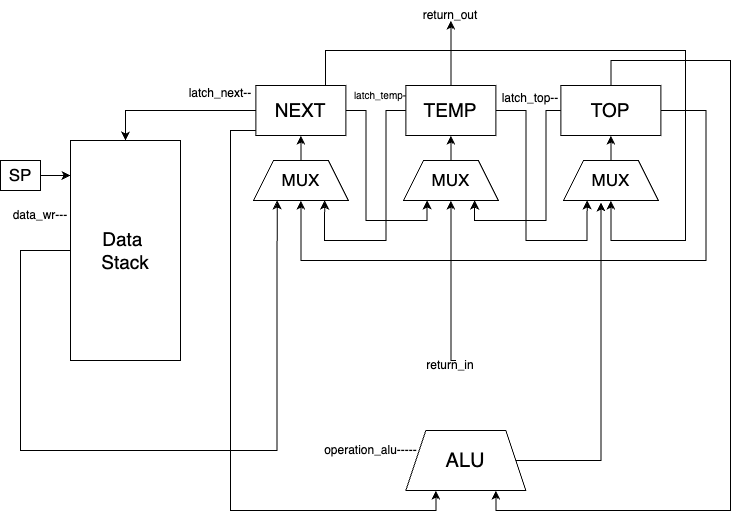
Earlier version of the draw.io export schemes/stack.png (dariayo/csa_3_lab). Source tidied: cells renumbered, new cells last; positions are measured from the earlier drawing's top-left corner, leaving out a move shared by most shapes.
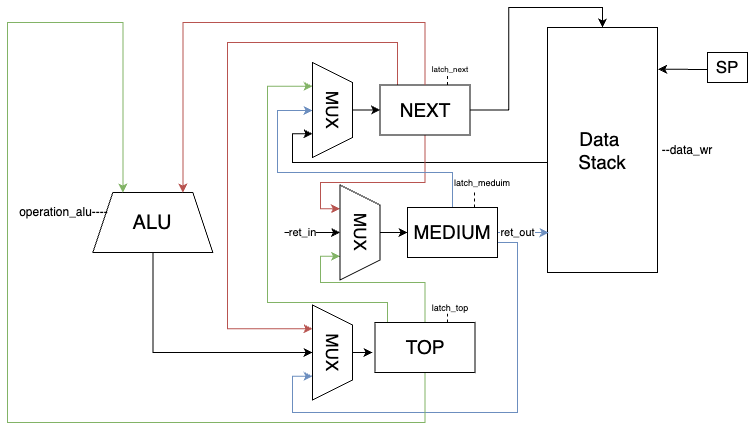
The same file after the commit.

The edit, as a diff of the source:
```diff
@@ -2,167 +2,192 @@
   <root>
     <mxCell id="0" />
     <mxCell id="1" parent="0" />
-    <mxCell id="2" style="edgeStyle=orthogonalEdgeStyle;rounded=0;jettySize=auto;html=1;entryX=0.25;entryY=1;entryDx=0;entryDy=0;" parent="1" edge="1" source="3" target="19">
+    <mxCell id="2" style="edgeStyle=orthogonalEdgeStyle;rounded=0;jettySize=auto;html=1;entryX=0.75;entryY=1;entryDx=0;entryDy=0;" parent="1" edge="1" source="3" target="19">
       <mxGeometry relative="1" as="geometry">
         <Array as="points">
-          <mxPoint x="20" y="250" />
-          <mxPoint x="20" y="450" />
-          <mxPoint x="277" y="450" />
+          <mxPoint x="495" y="160" />
+          <mxPoint x="495" y="131" />
         </Array>
       </mxGeometry>
     </mxCell>
     <mxCell id="3" value="&lt;font style=&quot;font-size: 19px;&quot;&gt;Data&amp;nbsp;&lt;/font&gt;&lt;div style=&quot;font-size: 19px;&quot;&gt;&lt;font style=&quot;font-size: 19px;&quot;&gt;Stack&lt;/font&gt;&lt;/div&gt;" style="rounded=0;whiteSpace=wrap;html=1;" parent="1" vertex="1">
-      <mxGeometry x="70" y="140" width="110" height="220" as="geometry" />
+      <mxGeometry x="750" y="25" width="110" height="245" as="geometry" />
     </mxCell>
     <mxCell id="4" value="&lt;font style=&quot;font-size: 17px;&quot;&gt;SP&lt;/font&gt;" style="rounded=0;whiteSpace=wrap;html=1;" parent="1" vertex="1">
-      <mxGeometry y="160" width="40" height="30" as="geometry" />
+      <mxGeometry x="910" y="50" width="40" height="30" as="geometry" />
     </mxCell>
+    <mxCell id="34" style="edgeStyle=orthogonalEdgeStyle;rounded=0;jettySize=auto;html=1;entryX=0.5;entryY=1;entryDx=0;entryDy=0;" parent="1" edge="1" source="5" target="24">
+      <mxGeometry relative="1" as="geometry">
+        <Array as="points">
+          <mxPoint x="355" y="350" />
+        </Array>
+      </mxGeometry>
+    </mxCell>
     <mxCell id="5" value="&lt;font style=&quot;font-size: 20px;&quot;&gt;ALU&lt;/font&gt;" style="shape=trapezoid;perimeter=trapezoidPerimeter;whiteSpace=wrap;html=1;fixedSize=1;" parent="1" vertex="1">
-      <mxGeometry x="405.4" y="430" width="120" height="60" as="geometry" />
+      <mxGeometry x="295.4" y="190" width="120" height="60" as="geometry" />
     </mxCell>
+    <mxCell id="26" style="edgeStyle=orthogonalEdgeStyle;rounded=0;jettySize=auto;html=1;entryX=0.5;entryY=0;entryDx=0;entryDy=0;" parent="1" edge="1" source="9" target="3">
+      <mxGeometry relative="1" as="geometry" />
+    </mxCell>
+    <mxCell id="7" style="edgeStyle=orthogonalEdgeStyle;rounded=0;jettySize=auto;html=1;entryX=0.25;entryY=1;entryDx=0;entryDy=0;fillColor=#f8cecc;strokeColor=#b85450;" parent="1" edge="1" source="9" target="24">
+      <mxGeometry relative="1" as="geometry">
+        <Array as="points">
+          <mxPoint x="600" y="40" />
+          <mxPoint x="430" y="40" />
+          <mxPoint x="430" y="326" />
+        </Array>
+      </mxGeometry>
+    </mxCell>
-    <mxCell id="6" style="edgeStyle=orthogonalEdgeStyle;rounded=0;jettySize=auto;html=1;entryX=0.25;entryY=1;entryDx=0;entryDy=0;" parent="1" edge="1" source="9" target="22">
+    <mxCell id="6" style="edgeStyle=orthogonalEdgeStyle;rounded=0;jettySize=auto;html=1;entryX=0.25;entryY=1;entryDx=0;entryDy=0;fillColor=#f8cecc;strokeColor=#b85450;" parent="1" edge="1" source="9" target="22">
       <mxGeometry relative="1" as="geometry">
         <Array as="points">
-          <mxPoint x="365.4" y="110" />
-          <mxPoint x="365.4" y="220" />
-          <mxPoint x="426.4" y="220" />
+          <mxPoint x="627" y="180" />
+          <mxPoint x="523" y="180" />
+          <mxPoint x="523" y="206" />
         </Array>
       </mxGeometry>
     </mxCell>
-    <mxCell id="7" style="edgeStyle=orthogonalEdgeStyle;rounded=0;jettySize=auto;html=1;entryX=0.5;entryY=1;entryDx=0;entryDy=0;" parent="1" edge="1" source="9" target="24">
-      <mxGeometry relative="1" as="geometry">
-        <Array as="points">
-          <mxPoint x="325" y="50" />
-          <mxPoint x="685" y="50" />
-          <mxPoint x="685" y="240" />
-          <mxPoint x="610" y="240" />
-        </Array>
-      </mxGeometry>
-    </mxCell>
-    <mxCell id="8" style="edgeStyle=orthogonalEdgeStyle;rounded=0;jettySize=auto;html=1;entryX=0.25;entryY=1;entryDx=0;entryDy=0;" parent="1" edge="1" source="9" target="5">
-      <mxGeometry relative="1" as="geometry">
-        <Array as="points">
-          <mxPoint x="230" y="130" />
-          <mxPoint x="230" y="510" />
-          <mxPoint x="435" y="510" />
-        </Array>
-      </mxGeometry>
-    </mxCell>
     <mxCell id="9" value="&lt;span style=&quot;font-size: 19px;&quot;&gt;NEXT&lt;/span&gt;" style="rounded=0;whiteSpace=wrap;html=1;" parent="1" vertex="1">
-      <mxGeometry x="255.4" y="85" width="90" height="50" as="geometry" />
+      <mxGeometry x="582.5" y="82.5" width="90" height="50" as="geometry" />
     </mxCell>
+    <mxCell id="35" value="ret_out" style="edgeStyle=orthogonalEdgeStyle;rounded=0;jettySize=auto;html=1;fillColor=#dae8fc;strokeColor=#6c8ebf;entryX=0.01;entryY=0.837;entryDx=0;entryDy=0;entryPerimeter=0;" parent="1" edge="1" source="13" target="3">
+      <mxGeometry x="-0.22" relative="1" as="geometry" />
+    </mxCell>
-    <mxCell id="10" style="edgeStyle=orthogonalEdgeStyle;rounded=0;jettySize=auto;html=1;entryX=0.75;entryY=1;entryDx=0;entryDy=0;" parent="1" edge="1" source="13" target="19">
+    <mxCell id="10" style="edgeStyle=orthogonalEdgeStyle;rounded=0;jettySize=auto;html=1;entryX=0.5;entryY=1;entryDx=0;entryDy=0;fillColor=#dae8fc;strokeColor=#6c8ebf;" parent="1" edge="1" source="13" target="19">
       <mxGeometry relative="1" as="geometry">
         <Array as="points">
-          <mxPoint x="385.4" y="110" />
-          <mxPoint x="385.4" y="240" />
-          <mxPoint x="324.4" y="240" />
+          <mxPoint x="655" y="170" />
+          <mxPoint x="480" y="170" />
+          <mxPoint x="480" y="108" />
+          <mxPoint x="515" y="108" />
         </Array>
       </mxGeometry>
     </mxCell>
-    <mxCell id="11" style="edgeStyle=orthogonalEdgeStyle;rounded=0;jettySize=auto;html=1;entryX=0.25;entryY=1;entryDx=0;entryDy=0;" parent="1" edge="1" source="13" target="24">
+    <mxCell id="11" style="edgeStyle=orthogonalEdgeStyle;rounded=0;jettySize=auto;html=1;entryX=0.75;entryY=1;entryDx=0;entryDy=0;fillColor=#dae8fc;strokeColor=#6c8ebf;" parent="1" edge="1" source="13" target="24">
       <mxGeometry relative="1" as="geometry">
         <Array as="points">
-          <mxPoint x="525.4" y="110" />
-          <mxPoint x="525.4" y="240" />
-          <mxPoint x="586.4" y="240" />
+          <mxPoint x="720" y="240" />
+          <mxPoint x="720" y="410" />
+          <mxPoint x="495" y="410" />
+          <mxPoint x="495" y="374" />
         </Array>
       </mxGeometry>
     </mxCell>
-    <mxCell id="12" style="edgeStyle=orthogonalEdgeStyle;rounded=0;jettySize=auto;html=1;" parent="1" edge="1" source="13">
-      <mxGeometry relative="1" as="geometry">
-        <mxPoint x="450.4" y="20" as="targetPoint" />
-      </mxGeometry>
-    </mxCell>
-    <mxCell id="13" value="&lt;span style=&quot;font-size: 19px;&quot;&gt;TEMP&lt;/span&gt;" style="rounded=0;whiteSpace=wrap;html=1;" parent="1" vertex="1">
-      <mxGeometry x="405.4" y="85" width="90" height="50" as="geometry" />
+    <mxCell id="13" value="&lt;span style=&quot;font-size: 19px;&quot;&gt;MEDIUM&lt;/span&gt;" style="rounded=0;whiteSpace=wrap;html=1;" parent="1" vertex="1">
+      <mxGeometry x="610" y="205" width="90" height="50" as="geometry" />
     </mxCell>
+    <mxCell id="16" style="edgeStyle=orthogonalEdgeStyle;rounded=0;jettySize=auto;html=1;entryX=0.25;entryY=0;entryDx=0;entryDy=0;fillColor=#d5e8d4;strokeColor=#82b366;" parent="1" edge="1" source="17" target="5">
+      <mxGeometry relative="1" as="geometry">
+        <Array as="points">
+          <mxPoint x="628" y="420" />
+          <mxPoint x="210" y="420" />
+          <mxPoint x="210" y="20" />
+          <mxPoint x="325" y="20" />
+        </Array>
+      </mxGeometry>
+    </mxCell>
-    <mxCell id="14" style="edgeStyle=orthogonalEdgeStyle;rounded=0;jettySize=auto;html=1;entryX=0.5;entryY=1;entryDx=0;entryDy=0;" parent="1" edge="1" source="17" target="19">
+    <mxCell id="14" style="edgeStyle=orthogonalEdgeStyle;rounded=0;jettySize=auto;html=1;entryX=0.25;entryY=1;entryDx=0;entryDy=0;fillColor=#d5e8d4;strokeColor=#82b366;" parent="1" edge="1" source="17" target="19">
       <mxGeometry relative="1" as="geometry">
         <Array as="points">
-          <mxPoint x="705.4" y="110" />
-          <mxPoint x="705.4" y="260" />
-          <mxPoint x="300.4" y="260" />
+          <mxPoint x="590" y="300" />
+          <mxPoint x="470" y="300" />
+          <mxPoint x="470" y="84" />
         </Array>
       </mxGeometry>
     </mxCell>
-    <mxCell id="15" style="edgeStyle=orthogonalEdgeStyle;rounded=0;jettySize=auto;html=1;entryX=0.75;entryY=1;entryDx=0;entryDy=0;" parent="1" edge="1" source="17" target="22">
+    <mxCell id="15" style="edgeStyle=orthogonalEdgeStyle;rounded=0;jettySize=auto;html=1;entryX=0.75;entryY=1;entryDx=0;entryDy=0;fillColor=#d5e8d4;strokeColor=#82b366;" parent="1" edge="1" source="17" target="22">
       <mxGeometry relative="1" as="geometry">
         <Array as="points">
-          <mxPoint x="545.4" y="110" />
-          <mxPoint x="545.4" y="220" />
-          <mxPoint x="474.4" y="220" />
+          <mxPoint x="627" y="280" />
+          <mxPoint x="523" y="280" />
+          <mxPoint x="523" y="254" />
         </Array>
       </mxGeometry>
     </mxCell>
-    <mxCell id="16" style="edgeStyle=orthogonalEdgeStyle;rounded=0;jettySize=auto;html=1;entryX=0.75;entryY=1;entryDx=0;entryDy=0;" parent="1" edge="1" source="17" target="5">
-      <mxGeometry relative="1" as="geometry">
-        <Array as="points">
-          <mxPoint x="610" y="60" />
-          <mxPoint x="730" y="60" />
-          <mxPoint x="730" y="510" />
-          <mxPoint x="495" y="510" />
-        </Array>
-      </mxGeometry>
-    </mxCell>
     <mxCell id="17" value="&lt;span style=&quot;font-size: 19px;&quot;&gt;TOP&lt;/span&gt;" style="rounded=0;whiteSpace=wrap;html=1;" parent="1" vertex="1">
-      <mxGeometry x="560.4" y="85" width="100" height="50" as="geometry" />
+      <mxGeometry x="577.5" y="320" width="100" height="50" as="geometry" />
     </mxCell>
-    <mxCell id="18" style="edgeStyle=orthogonalEdgeStyle;rounded=0;jettySize=auto;html=1;entryX=0.5;entryY=1;entryDx=0;entryDy=0;" parent="1" edge="1" source="19" target="9">
+    <mxCell id="18" style="edgeStyle=orthogonalEdgeStyle;rounded=0;jettySize=auto;html=1;entryX=0;entryY=0.5;entryDx=0;entryDy=0;" parent="1" edge="1" source="19" target="9">
       <mxGeometry relative="1" as="geometry" />
     </mxCell>
-    <mxCell id="19" value="&lt;font style=&quot;font-size: 17px;&quot;&gt;MUX&lt;/font&gt;" style="shape=trapezoid;perimeter=trapezoidPerimeter;whiteSpace=wrap;html=1;fixedSize=1;" parent="1" vertex="1">
-      <mxGeometry x="252.9" y="160" width="95" height="40" as="geometry" />
+    <mxCell id="19" value="&lt;font style=&quot;font-size: 17px;&quot;&gt;MUX&lt;/font&gt;" style="shape=trapezoid;perimeter=trapezoidPerimeter;whiteSpace=wrap;html=1;fixedSize=1;rotation=90;" parent="1" vertex="1">
+      <mxGeometry x="487.5" y="87.5" width="95" height="40" as="geometry" />
     </mxCell>
-    <mxCell id="20" style="edgeStyle=orthogonalEdgeStyle;rounded=0;jettySize=auto;html=1;entryX=0.5;entryY=1;entryDx=0;entryDy=0;" parent="1" edge="1" source="22" target="13">
-      <mxGeometry relative="1" as="geometry" />
-    </mxCell>
-    <mxCell id="21" style="edgeStyle=orthogonalEdgeStyle;rounded=0;jettySize=auto;html=1;entryX=0.5;entryY=1;entryDx=0;entryDy=0;" parent="1" edge="1" target="22">
-      <mxGeometry relative="1" as="geometry">
-        <mxPoint x="455.4" y="360" as="sourcePoint" />
-        <Array as="points">
-          <mxPoint x="450.4" y="360" />
-        </Array>
-      </mxGeometry>
-    </mxCell>
+    <mxCell id="36" style="edgeStyle=orthogonalEdgeStyle;rounded=0;jettySize=auto;html=1;entryX=0.5;entryY=1;entryDx=0;entryDy=0;" parent="1" edge="1" target="22">
+      <mxGeometry relative="1" as="geometry">
+        <mxPoint x="490" y="230" as="sourcePoint" />
+        <Array as="points">
+          <mxPoint x="487" y="230" />
+        </Array>
+      </mxGeometry>
+    </mxCell>
+    <mxCell id="37" value="ret_in" style="edgeLabel;html=1;align=center;verticalAlign=middle;" parent="36" vertex="1">
+      <mxGeometry x="-0.31" y="1" relative="1" as="geometry" />
+    </mxCell>
-    <mxCell id="22" value="&lt;font style=&quot;font-size: 17px;&quot;&gt;MUX&lt;/font&gt;" style="shape=trapezoid;perimeter=trapezoidPerimeter;whiteSpace=wrap;html=1;fixedSize=1;" parent="1" vertex="1">
-      <mxGeometry x="402.9" y="160" width="95" height="40" as="geometry" />
+    <mxCell id="22" value="&lt;font style=&quot;font-size: 17px;&quot;&gt;MUX&lt;/font&gt;" style="shape=trapezoid;perimeter=trapezoidPerimeter;whiteSpace=wrap;html=1;fixedSize=1;rotation=90;" parent="1" vertex="1">
+      <mxGeometry x="515" y="210" width="95" height="40" as="geometry" />
     </mxCell>
-    <mxCell id="23" style="edgeStyle=orthogonalEdgeStyle;rounded=0;jettySize=auto;html=1;" parent="1" edge="1" source="24" target="17">
-      <mxGeometry relative="1" as="geometry" />
-    </mxCell>
-    <mxCell id="24" value="&lt;font style=&quot;font-size: 17px;&quot;&gt;MUX&lt;/font&gt;" style="shape=trapezoid;perimeter=trapezoidPerimeter;whiteSpace=wrap;html=1;fixedSize=1;" parent="1" vertex="1">
-      <mxGeometry x="562.9" y="160" width="95" height="40" as="geometry" />
+    <mxCell id="24" value="&lt;font style=&quot;font-size: 17px;&quot;&gt;MUX&lt;/font&gt;" style="shape=trapezoid;perimeter=trapezoidPerimeter;whiteSpace=wrap;html=1;fixedSize=1;rotation=90;" parent="1" vertex="1">
+      <mxGeometry x="487.5" y="330" width="95" height="40" as="geometry" />
     </mxCell>
-    <mxCell id="25" style="edgeStyle=orthogonalEdgeStyle;rounded=0;jettySize=auto;html=1;entryX=0;entryY=0.159;entryDx=0;entryDy=0;entryPerimeter=0;" parent="1" edge="1" source="4" target="3">
-      <mxGeometry relative="1" as="geometry" />
-    </mxCell>
-    <mxCell id="26" style="edgeStyle=orthogonalEdgeStyle;rounded=0;jettySize=auto;html=1;entryX=0.5;entryY=0;entryDx=0;entryDy=0;" parent="1" edge="1" source="9" target="3">
-      <mxGeometry relative="1" as="geometry" />
-    </mxCell>
-    <mxCell id="27" value="return_in" style="text;strokeColor=none;align=center;fillColor=none;html=1;verticalAlign=middle;whiteSpace=wrap;rounded=0;" parent="1" vertex="1">
-      <mxGeometry x="420.4" y="350" width="60" height="30" as="geometry" />
-    </mxCell>
-    <mxCell id="28" value="return_out" style="text;strokeColor=none;align=center;fillColor=none;html=1;verticalAlign=middle;whiteSpace=wrap;rounded=0;" parent="1" vertex="1">
-      <mxGeometry x="420.4" width="60" height="30" as="geometry" />
-    </mxCell>
-    <mxCell id="29" value="operation_alu-----" style="text;strokeColor=none;align=center;fillColor=none;html=1;verticalAlign=middle;whiteSpace=wrap;rounded=0;" parent="1" vertex="1">
-      <mxGeometry x="314" y="430" width="112.5" height="40" as="geometry" />
+    <mxCell id="29" value="operation_alu----" style="text;strokeColor=none;align=center;fillColor=none;html=1;verticalAlign=middle;whiteSpace=wrap;rounded=0;rotation=0;" parent="1" vertex="1">
+      <mxGeometry x="210" y="190" width="112.5" height="40" as="geometry" />
     </mxCell>
-    <mxCell id="30" value="latch_next--" style="text;strokeColor=none;align=center;fillColor=none;html=1;verticalAlign=middle;whiteSpace=wrap;rounded=0;" parent="1" vertex="1">
-      <mxGeometry x="180" y="77.5" width="80" height="30" as="geometry" />
+    <mxCell id="30" value="&lt;font style=&quot;font-size: 8px;&quot;&gt;latch_next&lt;/font&gt;" style="text;strokeColor=none;align=center;fillColor=none;html=1;verticalAlign=middle;whiteSpace=wrap;rounded=0;" parent="1" vertex="1">
+      <mxGeometry x="627.5" y="65" width="50" as="geometry" />
     </mxCell>
-    <mxCell id="31" value="&lt;font style=&quot;font-size: 10px;&quot;&gt;latch_temp-&lt;/font&gt;" style="text;strokeColor=none;align=center;fillColor=none;html=1;verticalAlign=middle;whiteSpace=wrap;rounded=0;" parent="1" vertex="1">
-      <mxGeometry x="345.4" y="82.5" width="70" height="25" as="geometry" />
+    <mxCell id="31" value="&lt;font style=&quot;font-size: 9px;&quot;&gt;latch_meduim&lt;/font&gt;" style="text;strokeColor=none;align=center;fillColor=none;html=1;verticalAlign=middle;whiteSpace=wrap;rounded=0;" parent="1" vertex="1">
+      <mxGeometry x="660" y="170" width="50" height="20" as="geometry" />
     </mxCell>
-    <mxCell id="32" value="latch_top--" style="text;strokeColor=none;align=center;fillColor=none;html=1;verticalAlign=middle;whiteSpace=wrap;rounded=0;" parent="1" vertex="1">
-      <mxGeometry x="495.4" y="85" width="70" height="25" as="geometry" />
+    <mxCell id="32" value="&lt;font style=&quot;font-size: 9px;&quot;&gt;latch_top&lt;/font&gt;" style="text;strokeColor=none;align=center;fillColor=none;html=1;verticalAlign=middle;whiteSpace=wrap;rounded=0;" parent="1" vertex="1">
+      <mxGeometry x="627.5" y="300" width="50" height="10" as="geometry" />
     </mxCell>
-    <mxCell id="33" value="data_wr---" style="text;strokeColor=none;align=center;fillColor=none;html=1;verticalAlign=middle;whiteSpace=wrap;rounded=0;" parent="1" vertex="1">
-      <mxGeometry y="200" width="80" height="30" as="geometry" />
-    </mxCell>
-    <mxCell id="34" style="edgeStyle=orthogonalEdgeStyle;rounded=0;jettySize=auto;html=1;entryX=0.396;entryY=1.05;entryDx=0;entryDy=0;entryPerimeter=0;" parent="1" edge="1" source="5" target="24">
-      <mxGeometry relative="1" as="geometry" />
-    </mxCell>
+    <mxCell id="8" style="edgeStyle=orthogonalEdgeStyle;rounded=0;jettySize=auto;html=1;entryX=0.75;entryY=0;entryDx=0;entryDy=0;fillColor=#f8cecc;strokeColor=#b85450;" parent="1" edge="1" source="9" target="5">
+      <mxGeometry relative="1" as="geometry">
+        <Array as="points">
+          <mxPoint x="628" y="20" />
+          <mxPoint x="385" y="20" />
+        </Array>
+      </mxGeometry>
+    </mxCell>
+    <mxCell id="38" style="edgeStyle=orthogonalEdgeStyle;rounded=0;jettySize=auto;html=1;entryX=0;entryY=0.5;entryDx=0;entryDy=0;" parent="1" edge="1" target="13">
+      <mxGeometry relative="1" as="geometry">
+        <mxPoint x="582.5" y="220" as="sourcePoint" />
+        <Array as="points">
+          <mxPoint x="583" y="230" />
+        </Array>
+      </mxGeometry>
+    </mxCell>
+    <mxCell id="23" style="edgeStyle=orthogonalEdgeStyle;rounded=0;jettySize=auto;html=1;entryX=-0.032;entryY=0.594;entryDx=0;entryDy=0;entryPerimeter=0;" parent="1" edge="1" source="24" target="17">
+      <mxGeometry relative="1" as="geometry" />
+    </mxCell>
+    <mxCell id="25" style="edgeStyle=orthogonalEdgeStyle;rounded=0;jettySize=auto;html=1;entryX=1.006;entryY=0.17;entryDx=0;entryDy=0;entryPerimeter=0;" parent="1" edge="1" source="4" target="3">
+      <mxGeometry relative="1" as="geometry">
+        <Array as="points">
+          <mxPoint x="900" y="67" />
+          <mxPoint x="900" y="67" />
+        </Array>
+      </mxGeometry>
+    </mxCell>
+    <mxCell id="39" value="--data_wr" style="text;strokeColor=none;align=center;fillColor=none;html=1;verticalAlign=middle;whiteSpace=wrap;rounded=0;" parent="1" vertex="1">
+      <mxGeometry x="850" y="132.5" width="80" height="30" as="geometry" />
+    </mxCell>
+    <mxCell id="40" style="endArrow=none;dashed=1;html=1;rounded=0;" parent="1" edge="1">
+      <mxGeometry relative="1" as="geometry">
+        <mxPoint x="650" y="320" as="sourcePoint" />
+        <mxPoint x="650" y="310" as="targetPoint" />
+      </mxGeometry>
+    </mxCell>
+    <mxCell id="41" style="endArrow=none;dashed=1;html=1;rounded=0;" parent="1" edge="1">
+      <mxGeometry relative="1" as="geometry">
+        <mxPoint x="650" y="82.5" as="sourcePoint" />
+        <mxPoint x="650" y="70" as="targetPoint" />
+      </mxGeometry>
+    </mxCell>
+    <mxCell id="42" style="endArrow=none;dashed=1;html=1;rounded=0;entryX=0.338;entryY=0.952;entryDx=0;entryDy=0;entryPerimeter=0;" parent="1" edge="1" target="31">
+      <mxGeometry relative="1" as="geometry">
+        <mxPoint x="677" y="205" as="sourcePoint" />
+      </mxGeometry>
+    </mxCell>
   </root>
 </mxGraphModel>
```
